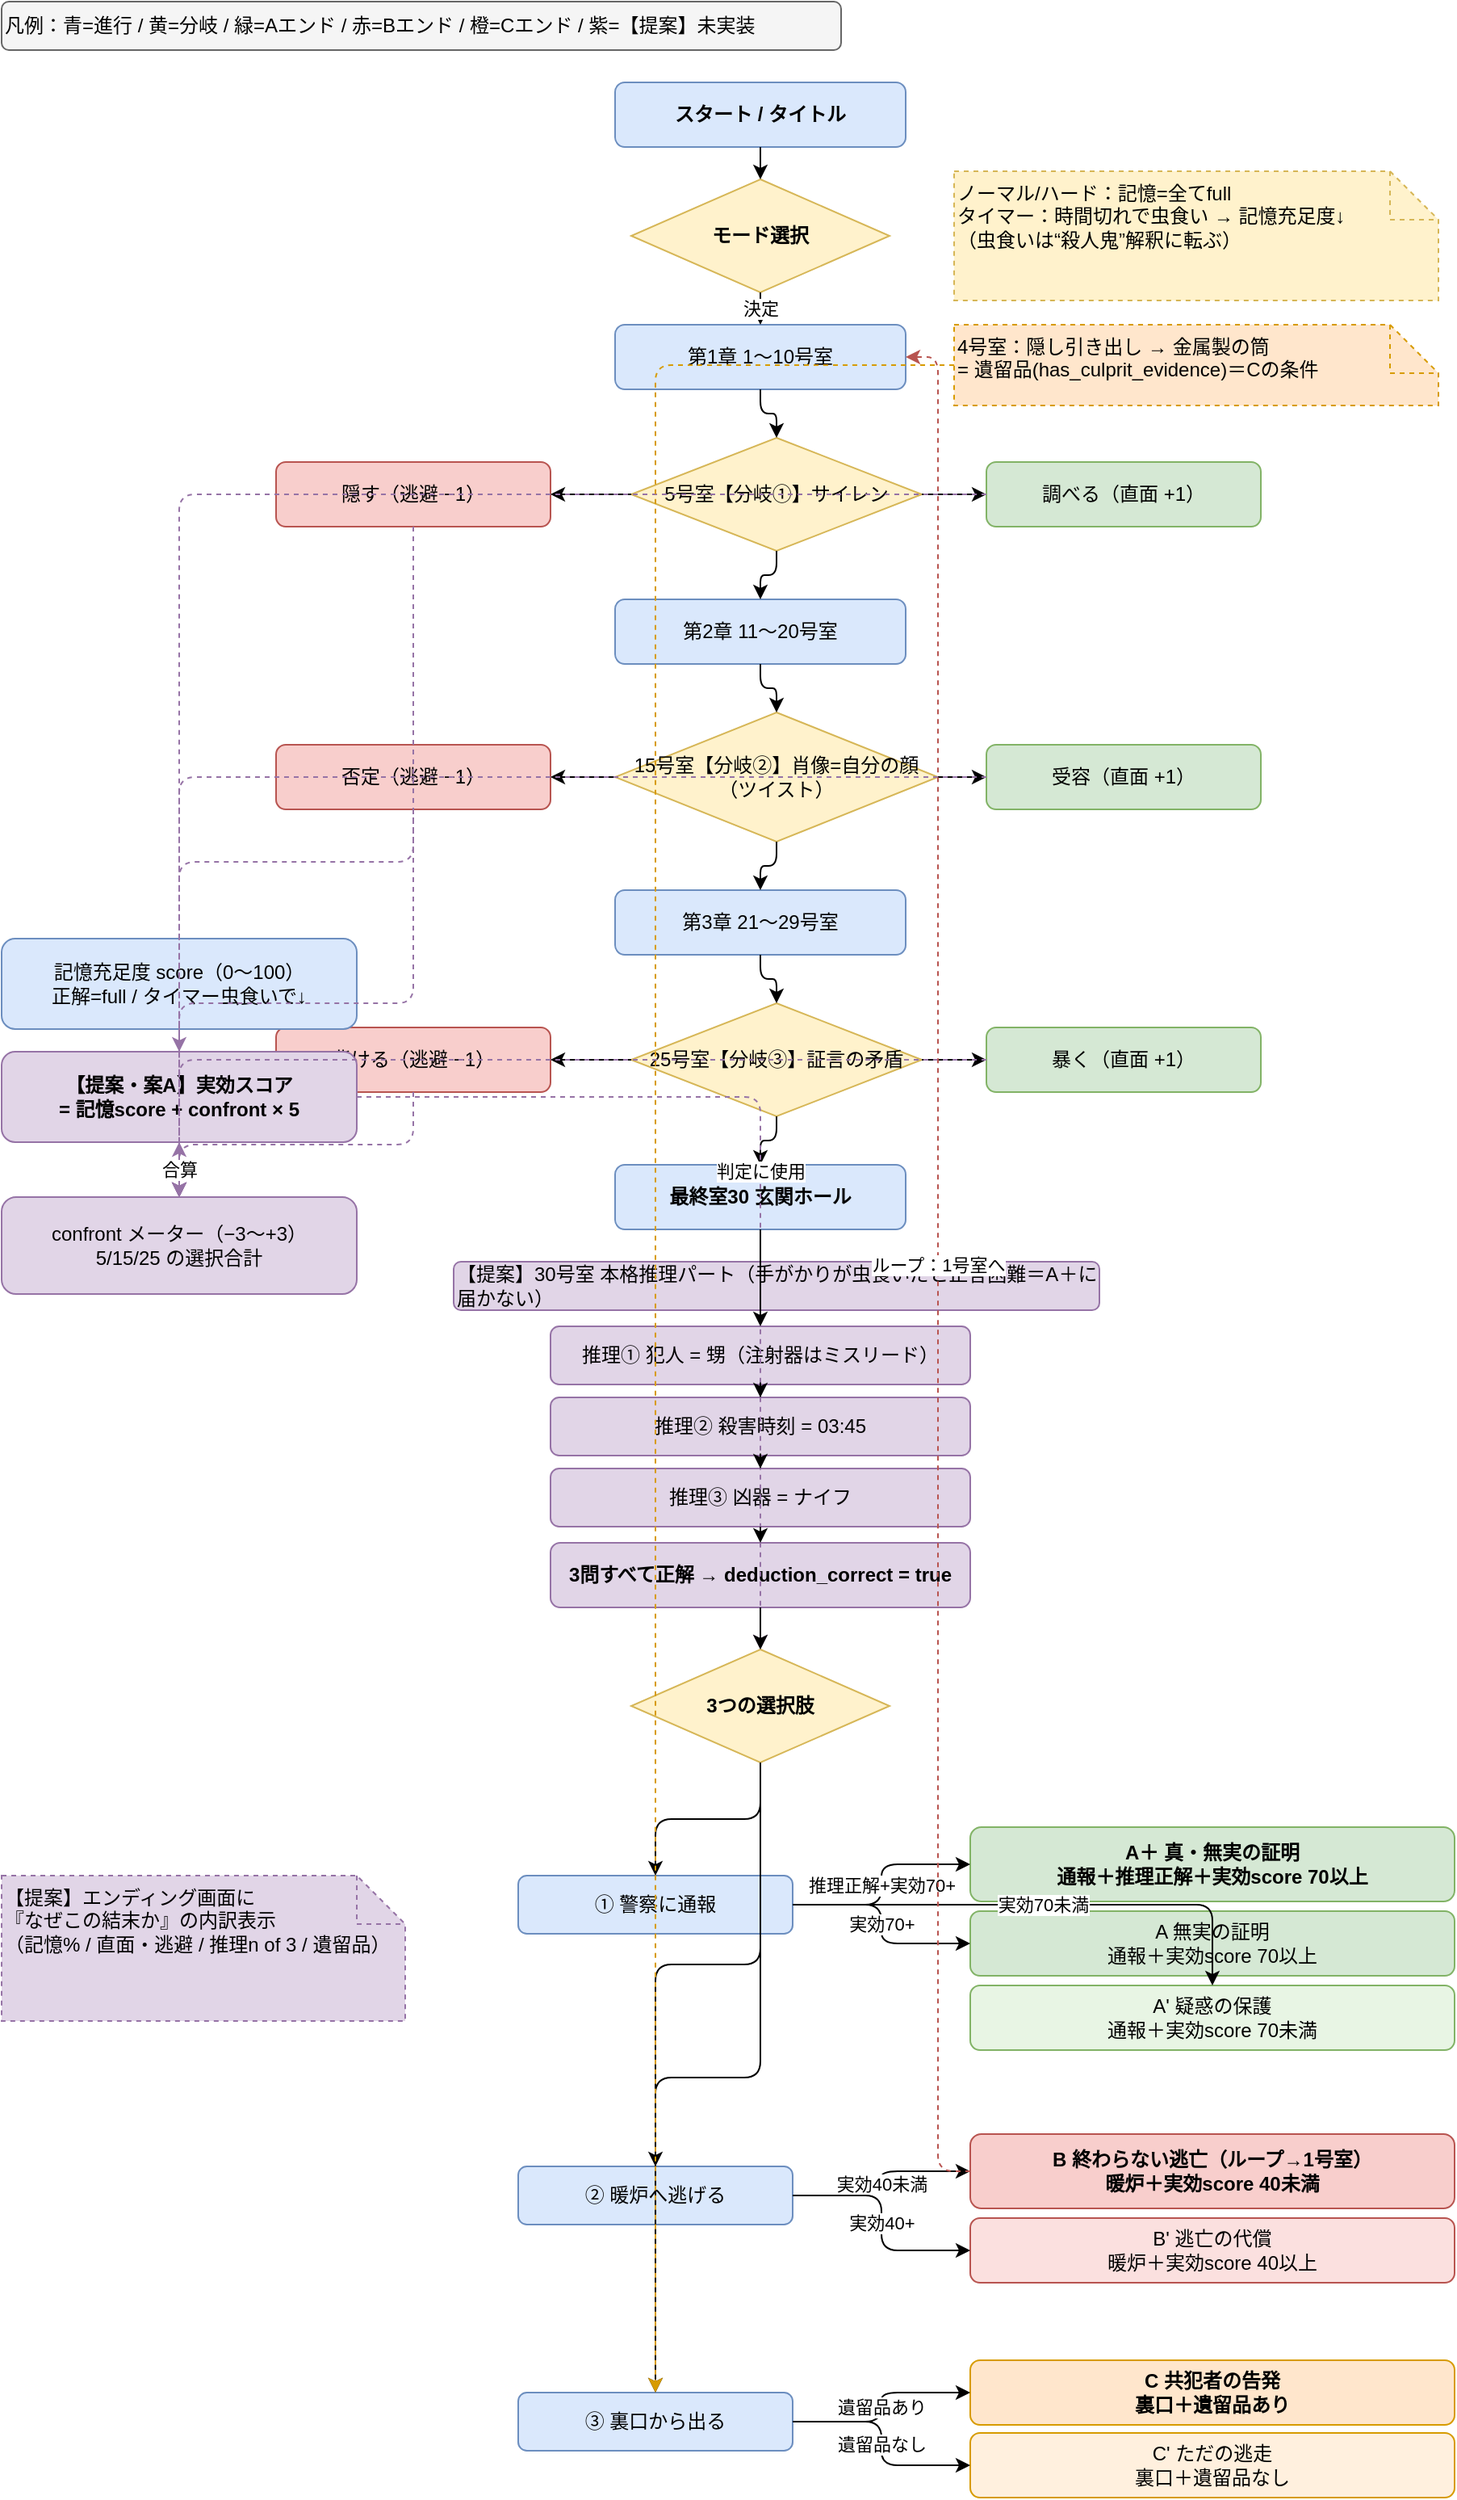
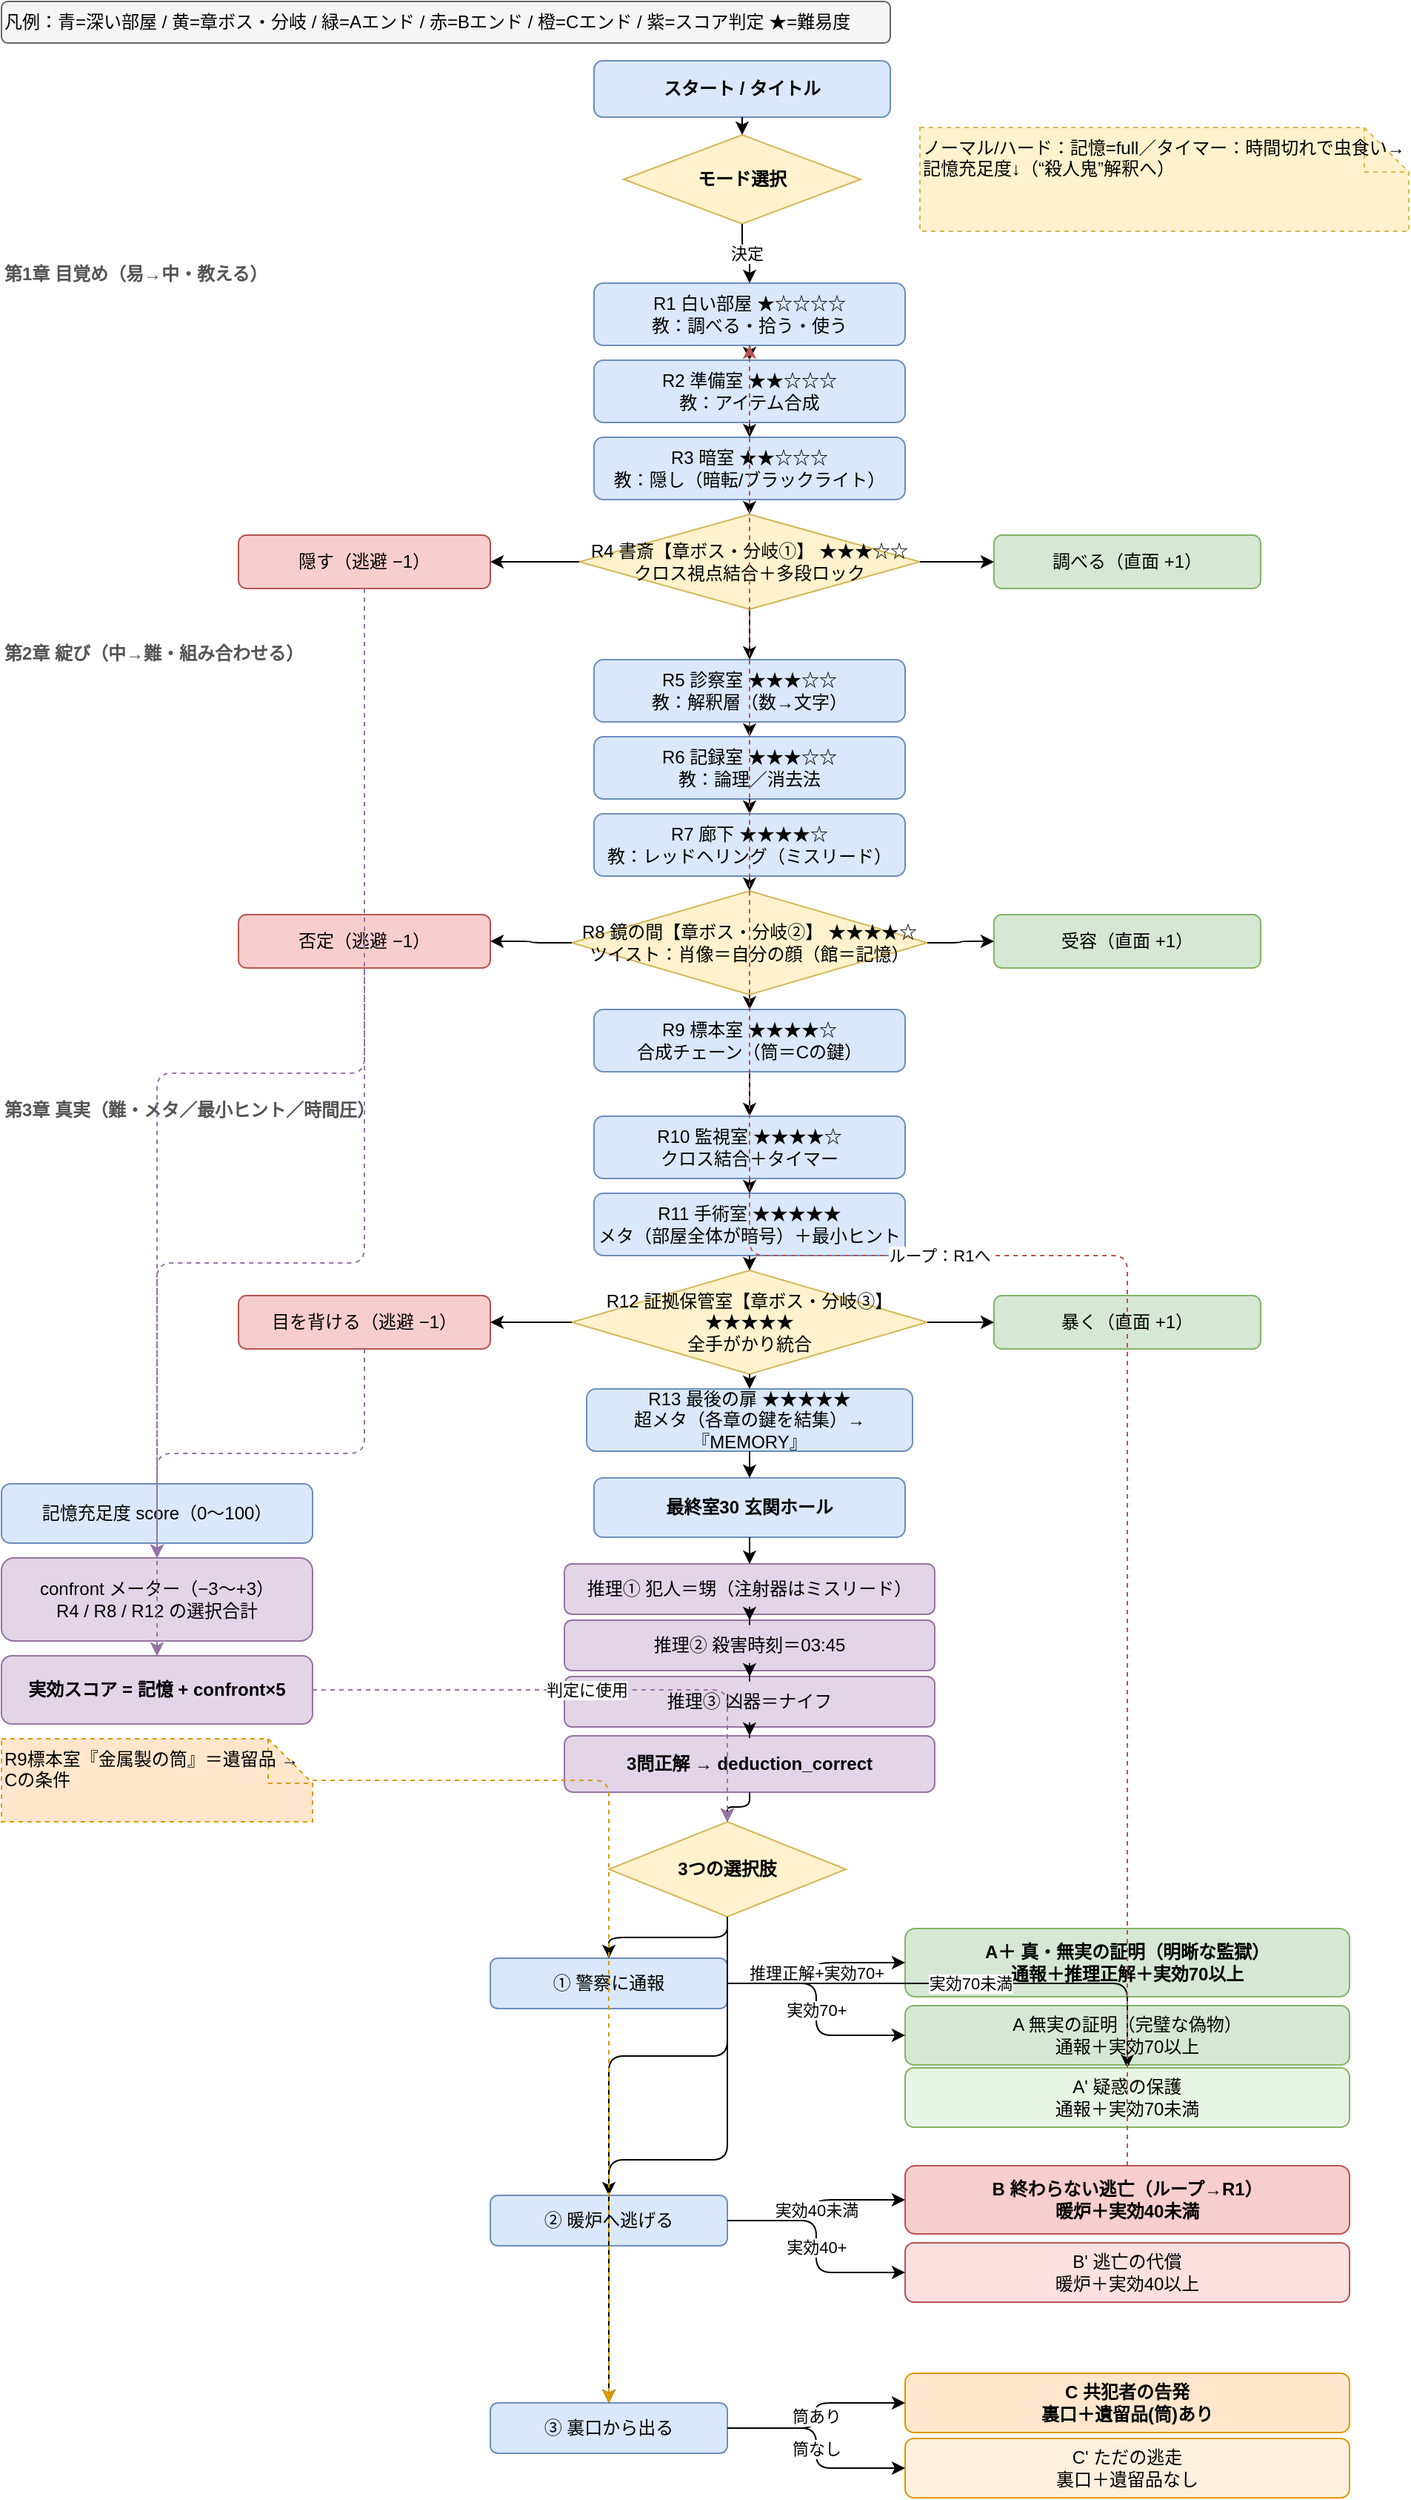
<mxfile host="app.diagrams.net" type="device">
-   <diagram name="記憶の回廊 ストーリー分岐(完全版)">
-     <mxGraphModel dx="1100" dy="900" grid="1" gridSize="10" guides="1" tooltips="1" connect="1" arrows="1" fold="1" page="1" pageScale="1" pageWidth="1300" pageHeight="1750" math="0" shadow="0">
+   <diagram name="記憶の回廊 再設計(深い部屋)フロー">
+     <mxGraphModel dx="1100" dy="900" grid="1" gridSize="10" guides="1" tooltips="1" connect="1" arrows="1" fold="1" page="1" pageScale="1" pageWidth="1040" pageHeight="1820" math="0" shadow="0">
      <root>
        <mxCell id="0" />
        <mxCell id="1" parent="0" />

-         <mxCell id="legend" value="凡例：青=進行 / 黄=分岐 / 緑=Aエンド / 赤=Bエンド / 橙=Cエンド / 紫=【提案】未実装" style="rounded=1;whiteSpace=wrap;html=1;fillColor=#f5f5f5;strokeColor=#666666;align=left" vertex="1" parent="1"><mxGeometry x="40" y="20" width="520" height="30" as="geometry" /></mxCell>
+         <mxCell id="legend" value="凡例：青=深い部屋 / 黄=章ボス・分岐 / 緑=Aエンド / 赤=Bエンド / 橙=Cエンド / 紫=スコア判定 ★=難易度" style="rounded=1;whiteSpace=wrap;html=1;fillColor=#f5f5f5;strokeColor=#666666;align=left" vertex="1" parent="1"><mxGeometry x="30" y="20" width="600" height="28" as="geometry" /></mxCell>

-         <mxCell id="start" value="スタート / タイトル" style="rounded=1;whiteSpace=wrap;html=1;fillColor=#dae8fc;strokeColor=#6c8ebf;fontStyle=1" vertex="1" parent="1"><mxGeometry x="420" y="70" width="180" height="40" as="geometry" /></mxCell>
-         <mxCell id="modeSel" value="モード選択" style="rhombus;whiteSpace=wrap;html=1;fillColor=#fff2cc;strokeColor=#d6b656;fontStyle=1" vertex="1" parent="1"><mxGeometry x="430" y="130" width="160" height="70" as="geometry" /></mxCell>
-         <mxCell id="note_mode" value="ノーマル/ハード：記憶=全てfull&#10;タイマー：時間切れで虫食い → 記憶充足度↓&#10;（虫食いは“殺人鬼”解釈に転ぶ）" style="shape=note;whiteSpace=wrap;html=1;fillColor=#fff2cc;strokeColor=#d6b656;dashed=1;align=left;verticalAlign=top" vertex="1" parent="1"><mxGeometry x="630" y="125" width="300" height="80" as="geometry" /></mxCell>
+         <mxCell id="start" value="スタート / タイトル" style="rounded=1;whiteSpace=wrap;html=1;fillColor=#dae8fc;strokeColor=#6c8ebf;fontStyle=1" vertex="1" parent="1"><mxGeometry x="430" y="60" width="200" height="38" as="geometry" /></mxCell>
+         <mxCell id="modeSel" value="モード選択" style="rhombus;whiteSpace=wrap;html=1;fillColor=#fff2cc;strokeColor=#d6b656;fontStyle=1" vertex="1" parent="1"><mxGeometry x="450" y="110" width="160" height="60" as="geometry" /></mxCell>
+         <mxCell id="note_mode" value="ノーマル/ハード：記憶=full／タイマー：時間切れで虫食い→記憶充足度↓（“殺人鬼”解釈へ）" style="shape=note;whiteSpace=wrap;html=1;fillColor=#fff2cc;strokeColor=#d6b656;dashed=1;align=left;verticalAlign=top" vertex="1" parent="1"><mxGeometry x="650" y="105" width="330" height="70" as="geometry" /></mxCell>

-         <mxCell id="ch1" value="第1章 1〜10号室" style="rounded=1;whiteSpace=wrap;html=1;fillColor=#dae8fc;strokeColor=#6c8ebf" vertex="1" parent="1"><mxGeometry x="420" y="220" width="180" height="40" as="geometry" /></mxCell>
-         <mxCell id="note_ev" value="4号室：隠し引き出し → 金属製の筒&#10;= 遺留品(has_culprit_evidence)＝Cの条件" style="shape=note;whiteSpace=wrap;html=1;fillColor=#ffe6cc;strokeColor=#d79b00;dashed=1;align=left;verticalAlign=top" vertex="1" parent="1"><mxGeometry x="630" y="220" width="300" height="50" as="geometry" /></mxCell>
+         <mxCell id="ch1" value="第1章 目覚め（易→中・教える）" style="text;html=1;align=left;fontStyle=1;fontColor=#555555" vertex="1" parent="1"><mxGeometry x="30" y="190" width="200" height="20" as="geometry" /></mxCell>
+         <mxCell id="r1" value="R1 白い部屋 ★☆☆☆☆&#10;教：調べる・拾う・使う" style="rounded=1;whiteSpace=wrap;html=1;fillColor=#dae8fc;strokeColor=#6c8ebf" vertex="1" parent="1"><mxGeometry x="430" y="210" width="210" height="42" as="geometry" /></mxCell>
+         <mxCell id="r2" value="R2 準備室 ★★☆☆☆&#10;教：アイテム合成" style="rounded=1;whiteSpace=wrap;html=1;fillColor=#dae8fc;strokeColor=#6c8ebf" vertex="1" parent="1"><mxGeometry x="430" y="262" width="210" height="42" as="geometry" /></mxCell>
+         <mxCell id="r3" value="R3 暗室 ★★☆☆☆&#10;教：隠し（暗転/ブラックライト）" style="rounded=1;whiteSpace=wrap;html=1;fillColor=#dae8fc;strokeColor=#6c8ebf" vertex="1" parent="1"><mxGeometry x="430" y="314" width="210" height="42" as="geometry" /></mxCell>
+         <mxCell id="r4" value="R4 書斎【章ボス・分岐①】 ★★★☆☆&#10;クロス視点結合＋多段ロック" style="rhombus;whiteSpace=wrap;html=1;fillColor=#fff2cc;strokeColor=#d6b656" vertex="1" parent="1"><mxGeometry x="420" y="366" width="230" height="64" as="geometry" /></mxCell>
+         <mxCell id="b4h" value="隠す（逃避 −1）" style="rounded=1;whiteSpace=wrap;html=1;fillColor=#f8cecc;strokeColor=#b85450" vertex="1" parent="1"><mxGeometry x="190" y="380" width="170" height="36" as="geometry" /></mxCell>
+         <mxCell id="b4e" value="調べる（直面 +1）" style="rounded=1;whiteSpace=wrap;html=1;fillColor=#d5e8d4;strokeColor=#82b366" vertex="1" parent="1"><mxGeometry x="700" y="380" width="180" height="36" as="geometry" /></mxCell>

-         <mxCell id="d5" value="5号室【分岐①】サイレン" style="rhombus;whiteSpace=wrap;html=1;fillColor=#fff2cc;strokeColor=#d6b656" vertex="1" parent="1"><mxGeometry x="430" y="290" width="180" height="70" as="geometry" /></mxCell>
-         <mxCell id="o5h" value="隠す（逃避 −1）" style="rounded=1;whiteSpace=wrap;html=1;fillColor=#f8cecc;strokeColor=#b85450" vertex="1" parent="1"><mxGeometry x="210" y="305" width="170" height="40" as="geometry" /></mxCell>
-         <mxCell id="o5e" value="調べる（直面 +1）" style="rounded=1;whiteSpace=wrap;html=1;fillColor=#d5e8d4;strokeColor=#82b366" vertex="1" parent="1"><mxGeometry x="650" y="305" width="170" height="40" as="geometry" /></mxCell>
+         <mxCell id="ch2" value="第2章 綻び（中→難・組み合わせる）" style="text;html=1;align=left;fontStyle=1;fontColor=#555555" vertex="1" parent="1"><mxGeometry x="30" y="446" width="220" height="20" as="geometry" /></mxCell>
+         <mxCell id="r5" value="R5 診察室 ★★★☆☆&#10;教：解釈層（数→文字）" style="rounded=1;whiteSpace=wrap;html=1;fillColor=#dae8fc;strokeColor=#6c8ebf" vertex="1" parent="1"><mxGeometry x="430" y="464" width="210" height="42" as="geometry" /></mxCell>
+         <mxCell id="r6" value="R6 記録室 ★★★☆☆&#10;教：論理／消去法" style="rounded=1;whiteSpace=wrap;html=1;fillColor=#dae8fc;strokeColor=#6c8ebf" vertex="1" parent="1"><mxGeometry x="430" y="516" width="210" height="42" as="geometry" /></mxCell>
+         <mxCell id="r7" value="R7 廊下 ★★★★☆&#10;教：レッドヘリング（ミスリード）" style="rounded=1;whiteSpace=wrap;html=1;fillColor=#dae8fc;strokeColor=#6c8ebf" vertex="1" parent="1"><mxGeometry x="430" y="568" width="210" height="42" as="geometry" /></mxCell>
+         <mxCell id="r8" value="R8 鏡の間【章ボス・分岐②】 ★★★★☆&#10;ツイスト：肖像＝自分の顔（館＝記憶）" style="rhombus;whiteSpace=wrap;html=1;fillColor=#fff2cc;strokeColor=#d6b656" vertex="1" parent="1"><mxGeometry x="415" y="620" width="240" height="70" as="geometry" /></mxCell>
+         <mxCell id="b8d" value="否定（逃避 −1）" style="rounded=1;whiteSpace=wrap;html=1;fillColor=#f8cecc;strokeColor=#b85450" vertex="1" parent="1"><mxGeometry x="190" y="636" width="170" height="36" as="geometry" /></mxCell>
+         <mxCell id="b8a" value="受容（直面 +1）" style="rounded=1;whiteSpace=wrap;html=1;fillColor=#d5e8d4;strokeColor=#82b366" vertex="1" parent="1"><mxGeometry x="700" y="636" width="180" height="36" as="geometry" /></mxCell>
+         <mxCell id="r9" value="R9 標本室 ★★★★☆&#10;合成チェーン（筒＝Cの鍵）" style="rounded=1;whiteSpace=wrap;html=1;fillColor=#dae8fc;strokeColor=#6c8ebf" vertex="1" parent="1"><mxGeometry x="430" y="700" width="210" height="42" as="geometry" /></mxCell>

-         <mxCell id="ch2" value="第2章 11〜20号室" style="rounded=1;whiteSpace=wrap;html=1;fillColor=#dae8fc;strokeColor=#6c8ebf" vertex="1" parent="1"><mxGeometry x="420" y="390" width="180" height="40" as="geometry" /></mxCell>
+         <mxCell id="ch3" value="第3章 真実（難・メタ／最小ヒント／時間圧）" style="text;html=1;align=left;fontStyle=1;fontColor=#555555" vertex="1" parent="1"><mxGeometry x="30" y="754" width="260" height="20" as="geometry" /></mxCell>
+         <mxCell id="r10" value="R10 監視室 ★★★★☆&#10;クロス結合＋タイマー" style="rounded=1;whiteSpace=wrap;html=1;fillColor=#dae8fc;strokeColor=#6c8ebf" vertex="1" parent="1"><mxGeometry x="430" y="772" width="210" height="42" as="geometry" /></mxCell>
+         <mxCell id="r11" value="R11 手術室 ★★★★★&#10;メタ（部屋全体が暗号）＋最小ヒント" style="rounded=1;whiteSpace=wrap;html=1;fillColor=#dae8fc;strokeColor=#6c8ebf" vertex="1" parent="1"><mxGeometry x="430" y="824" width="210" height="42" as="geometry" /></mxCell>
+         <mxCell id="r12" value="R12 証拠保管室【章ボス・分岐③】 ★★★★★&#10;全手がかり統合" style="rhombus;whiteSpace=wrap;html=1;fillColor=#fff2cc;strokeColor=#d6b656" vertex="1" parent="1"><mxGeometry x="415" y="876" width="240" height="70" as="geometry" /></mxCell>
+         <mxCell id="b12a" value="目を背ける（逃避 −1）" style="rounded=1;whiteSpace=wrap;html=1;fillColor=#f8cecc;strokeColor=#b85450" vertex="1" parent="1"><mxGeometry x="190" y="893" width="170" height="36" as="geometry" /></mxCell>
+         <mxCell id="b12c" value="暴く（直面 +1）" style="rounded=1;whiteSpace=wrap;html=1;fillColor=#d5e8d4;strokeColor=#82b366" vertex="1" parent="1"><mxGeometry x="700" y="893" width="180" height="36" as="geometry" /></mxCell>
+         <mxCell id="r13" value="R13 最後の扉 ★★★★★&#10;超メタ（各章の鍵を結集）→『MEMORY』" style="rounded=1;whiteSpace=wrap;html=1;fillColor=#dae8fc;strokeColor=#6c8ebf" vertex="1" parent="1"><mxGeometry x="425" y="956" width="220" height="42" as="geometry" /></mxCell>

-         <mxCell id="d15" value="15号室【分岐②】肖像=自分の顔（ツイスト）" style="rhombus;whiteSpace=wrap;html=1;fillColor=#fff2cc;strokeColor=#d6b656" vertex="1" parent="1"><mxGeometry x="420" y="460" width="200" height="80" as="geometry" /></mxCell>
-         <mxCell id="o15d" value="否定（逃避 −1）" style="rounded=1;whiteSpace=wrap;html=1;fillColor=#f8cecc;strokeColor=#b85450" vertex="1" parent="1"><mxGeometry x="210" y="480" width="170" height="40" as="geometry" /></mxCell>
-         <mxCell id="o15a" value="受容（直面 +1）" style="rounded=1;whiteSpace=wrap;html=1;fillColor=#d5e8d4;strokeColor=#82b366" vertex="1" parent="1"><mxGeometry x="650" y="480" width="170" height="40" as="geometry" /></mxCell>
+         <mxCell id="final" value="最終室30 玄関ホール" style="rounded=1;whiteSpace=wrap;html=1;fillColor=#dae8fc;strokeColor=#6c8ebf;fontStyle=1" vertex="1" parent="1"><mxGeometry x="430" y="1016" width="210" height="40" as="geometry" /></mxCell>

-         <mxCell id="ch3" value="第3章 21〜29号室" style="rounded=1;whiteSpace=wrap;html=1;fillColor=#dae8fc;strokeColor=#6c8ebf" vertex="1" parent="1"><mxGeometry x="420" y="570" width="180" height="40" as="geometry" /></mxCell>
+         <mxCell id="dq1" value="推理① 犯人＝甥（注射器はミスリード）" style="rounded=1;whiteSpace=wrap;html=1;fillColor=#e1d5e7;strokeColor=#9673a6" vertex="1" parent="1"><mxGeometry x="410" y="1074" width="250" height="34" as="geometry" /></mxCell>
+         <mxCell id="dq2" value="推理② 殺害時刻＝03:45" style="rounded=1;whiteSpace=wrap;html=1;fillColor=#e1d5e7;strokeColor=#9673a6" vertex="1" parent="1"><mxGeometry x="410" y="1112" width="250" height="34" as="geometry" /></mxCell>
+         <mxCell id="dq3" value="推理③ 凶器＝ナイフ" style="rounded=1;whiteSpace=wrap;html=1;fillColor=#e1d5e7;strokeColor=#9673a6" vertex="1" parent="1"><mxGeometry x="410" y="1150" width="250" height="34" as="geometry" /></mxCell>
+         <mxCell id="dok" value="3問正解 → deduction_correct" style="rounded=1;whiteSpace=wrap;html=1;fillColor=#e1d5e7;strokeColor=#9673a6;fontStyle=1" vertex="1" parent="1"><mxGeometry x="410" y="1190" width="250" height="38" as="geometry" /></mxCell>
+         <mxCell id="choice" value="3つの選択肢" style="rhombus;whiteSpace=wrap;html=1;fillColor=#fff2cc;strokeColor=#d6b656;fontStyle=1" vertex="1" parent="1"><mxGeometry x="440" y="1248" width="160" height="64" as="geometry" /></mxCell>

-         <mxCell id="d25" value="25号室【分岐③】証言の矛盾" style="rhombus;whiteSpace=wrap;html=1;fillColor=#fff2cc;strokeColor=#d6b656" vertex="1" parent="1"><mxGeometry x="430" y="640" width="180" height="70" as="geometry" /></mxCell>
-         <mxCell id="o25a" value="背ける（逃避 −1）" style="rounded=1;whiteSpace=wrap;html=1;fillColor=#f8cecc;strokeColor=#b85450" vertex="1" parent="1"><mxGeometry x="210" y="655" width="170" height="40" as="geometry" /></mxCell>
-         <mxCell id="o25c" value="暴く（直面 +1）" style="rounded=1;whiteSpace=wrap;html=1;fillColor=#d5e8d4;strokeColor=#82b366" vertex="1" parent="1"><mxGeometry x="650" y="655" width="170" height="40" as="geometry" /></mxCell>
+         <mxCell id="memsc" value="記憶充足度 score（0〜100）" style="rounded=1;whiteSpace=wrap;html=1;fillColor=#dae8fc;strokeColor=#6c8ebf" vertex="1" parent="1"><mxGeometry x="30" y="1020" width="210" height="40" as="geometry" /></mxCell>
+         <mxCell id="confm" value="confront メーター（−3〜+3）&#10;R4 / R8 / R12 の選択合計" style="rounded=1;whiteSpace=wrap;html=1;fillColor=#e1d5e7;strokeColor=#9673a6" vertex="1" parent="1"><mxGeometry x="30" y="1070" width="210" height="56" as="geometry" /></mxCell>
+         <mxCell id="effsc" value="実効スコア = 記憶 + confront×5" style="rounded=1;whiteSpace=wrap;html=1;fillColor=#e1d5e7;strokeColor=#9673a6;fontStyle=1" vertex="1" parent="1"><mxGeometry x="30" y="1136" width="210" height="46" as="geometry" /></mxCell>
+         <mxCell id="note_ev" value="R9標本室『金属製の筒』＝遺留品 → Cの条件" style="shape=note;whiteSpace=wrap;html=1;fillColor=#ffe6cc;strokeColor=#d79b00;dashed=1;align=left;verticalAlign=top" vertex="1" parent="1"><mxGeometry x="30" y="1192" width="210" height="56" as="geometry" /></mxCell>

-         <mxCell id="final" value="最終室30 玄関ホール" style="rounded=1;whiteSpace=wrap;html=1;fillColor=#dae8fc;strokeColor=#6c8ebf;fontStyle=1" vertex="1" parent="1"><mxGeometry x="420" y="740" width="180" height="40" as="geometry" /></mxCell>
+         <mxCell id="c1" value="① 警察に通報" style="rounded=1;whiteSpace=wrap;html=1;fillColor=#dae8fc;strokeColor=#6c8ebf" vertex="1" parent="1"><mxGeometry x="360" y="1340" width="160" height="34" as="geometry" /></mxCell>
+         <mxCell id="c2" value="② 暖炉へ逃げる" style="rounded=1;whiteSpace=wrap;html=1;fillColor=#dae8fc;strokeColor=#6c8ebf" vertex="1" parent="1"><mxGeometry x="360" y="1500" width="160" height="34" as="geometry" /></mxCell>
+         <mxCell id="c3" value="③ 裏口から出る" style="rounded=1;whiteSpace=wrap;html=1;fillColor=#dae8fc;strokeColor=#6c8ebf" vertex="1" parent="1"><mxGeometry x="360" y="1640" width="160" height="34" as="geometry" /></mxCell>

-         <mxCell id="confm" value="confront メーター（−3〜+3）&#10;5/15/25 の選択合計" style="rounded=1;whiteSpace=wrap;html=1;fillColor=#e1d5e7;strokeColor=#9673a6" vertex="1" parent="1"><mxGeometry x="40" y="760" width="220" height="60" as="geometry" /></mxCell>
-         <mxCell id="memsc" value="記憶充足度 score（0〜100）&#10;正解=full / タイマー虫食いで↓" style="rounded=1;whiteSpace=wrap;html=1;fillColor=#dae8fc;strokeColor=#6c8ebf" vertex="1" parent="1"><mxGeometry x="40" y="600" width="220" height="56" as="geometry" /></mxCell>
-         <mxCell id="effsc" value="【提案・案A】実効スコア&#10;= 記憶score + confront × 5" style="rounded=1;whiteSpace=wrap;html=1;fillColor=#e1d5e7;strokeColor=#9673a6;fontStyle=1" vertex="1" parent="1"><mxGeometry x="40" y="670" width="220" height="56" as="geometry" /></mxCell>
- 
-         <mxCell id="ded_intro" value="【提案】30号室 本格推理パート（手がかりが虫食いだと正答困難＝A＋に届かない）" style="rounded=1;whiteSpace=wrap;html=1;fillColor=#e1d5e7;strokeColor=#9673a6;align=left" vertex="1" parent="1"><mxGeometry x="320" y="800" width="400" height="30" as="geometry" /></mxCell>
-         <mxCell id="dq1" value="推理① 犯人 = 甥（注射器はミスリード）" style="rounded=1;whiteSpace=wrap;html=1;fillColor=#e1d5e7;strokeColor=#9673a6" vertex="1" parent="1"><mxGeometry x="380" y="840" width="260" height="36" as="geometry" /></mxCell>
-         <mxCell id="dq2" value="推理② 殺害時刻 = 03:45" style="rounded=1;whiteSpace=wrap;html=1;fillColor=#e1d5e7;strokeColor=#9673a6" vertex="1" parent="1"><mxGeometry x="380" y="884" width="260" height="36" as="geometry" /></mxCell>
-         <mxCell id="dq3" value="推理③ 凶器 = ナイフ" style="rounded=1;whiteSpace=wrap;html=1;fillColor=#e1d5e7;strokeColor=#9673a6" vertex="1" parent="1"><mxGeometry x="380" y="928" width="260" height="36" as="geometry" /></mxCell>
-         <mxCell id="dok" value="3問すべて正解 → deduction_correct = true" style="rounded=1;whiteSpace=wrap;html=1;fillColor=#e1d5e7;strokeColor=#9673a6;fontStyle=1" vertex="1" parent="1"><mxGeometry x="380" y="974" width="260" height="40" as="geometry" /></mxCell>
- 
-         <mxCell id="choice" value="3つの選択肢" style="rhombus;whiteSpace=wrap;html=1;fillColor=#fff2cc;strokeColor=#d6b656;fontStyle=1" vertex="1" parent="1"><mxGeometry x="430" y="1040" width="160" height="70" as="geometry" /></mxCell>
- 
-         <mxCell id="note_reason" value="【提案】エンディング画面に&#10;『なぜこの結末か』の内訳表示&#10;（記憶% / 直面・逃避 / 推理n of 3 / 遺留品）" style="shape=note;whiteSpace=wrap;html=1;fillColor=#e1d5e7;strokeColor=#9673a6;dashed=1;align=left;verticalAlign=top" vertex="1" parent="1"><mxGeometry x="40" y="1180" width="250" height="90" as="geometry" /></mxCell>
- 
-         <mxCell id="c1" value="① 警察に通報" style="rounded=1;whiteSpace=wrap;html=1;fillColor=#dae8fc;strokeColor=#6c8ebf" vertex="1" parent="1"><mxGeometry x="360" y="1180" width="170" height="36" as="geometry" /></mxCell>
-         <mxCell id="c2" value="② 暖炉へ逃げる" style="rounded=1;whiteSpace=wrap;html=1;fillColor=#dae8fc;strokeColor=#6c8ebf" vertex="1" parent="1"><mxGeometry x="360" y="1360" width="170" height="36" as="geometry" /></mxCell>
-         <mxCell id="c3" value="③ 裏口から出る" style="rounded=1;whiteSpace=wrap;html=1;fillColor=#dae8fc;strokeColor=#6c8ebf" vertex="1" parent="1"><mxGeometry x="360" y="1500" width="170" height="36" as="geometry" /></mxCell>
- 
-         <mxCell id="eAp" value="A＋ 真・無実の証明&#10;通報＋推理正解＋実効score 70以上" style="rounded=1;whiteSpace=wrap;html=1;fillColor=#d5e8d4;strokeColor=#82b366;fontStyle=1" vertex="1" parent="1"><mxGeometry x="640" y="1150" width="300" height="46" as="geometry" /></mxCell>
-         <mxCell id="eA" value="A 無実の証明&#10;通報＋実効score 70以上" style="rounded=1;whiteSpace=wrap;html=1;fillColor=#d5e8d4;strokeColor=#82b366" vertex="1" parent="1"><mxGeometry x="640" y="1202" width="300" height="40" as="geometry" /></mxCell>
-         <mxCell id="eAd" value="A' 疑惑の保護&#10;通報＋実効score 70未満" style="rounded=1;whiteSpace=wrap;html=1;fillColor=#e8f5e4;strokeColor=#82b366" vertex="1" parent="1"><mxGeometry x="640" y="1248" width="300" height="40" as="geometry" /></mxCell>
- 
-         <mxCell id="eB" value="B 終わらない逃亡（ループ→1号室）&#10;暖炉＋実効score 40未満" style="rounded=1;whiteSpace=wrap;html=1;fillColor=#f8cecc;strokeColor=#b85450;fontStyle=1" vertex="1" parent="1"><mxGeometry x="640" y="1340" width="300" height="46" as="geometry" /></mxCell>
-         <mxCell id="eBd" value="B' 逃亡の代償&#10;暖炉＋実効score 40以上" style="rounded=1;whiteSpace=wrap;html=1;fillColor=#fbe0df;strokeColor=#b85450" vertex="1" parent="1"><mxGeometry x="640" y="1392" width="300" height="40" as="geometry" /></mxCell>
- 
-         <mxCell id="eC" value="C 共犯者の告発&#10;裏口＋遺留品あり" style="rounded=1;whiteSpace=wrap;html=1;fillColor=#ffe6cc;strokeColor=#d79b00;fontStyle=1" vertex="1" parent="1"><mxGeometry x="640" y="1480" width="300" height="40" as="geometry" /></mxCell>
-         <mxCell id="eCd" value="C' ただの逃走&#10;裏口＋遺留品なし" style="rounded=1;whiteSpace=wrap;html=1;fillColor=#fff0de;strokeColor=#d79b00" vertex="1" parent="1"><mxGeometry x="640" y="1525" width="300" height="40" as="geometry" /></mxCell>
+         <mxCell id="eAp" value="A＋ 真・無実の証明（明晰な監獄）&#10;通報＋推理正解＋実効70以上" style="rounded=1;whiteSpace=wrap;html=1;fillColor=#d5e8d4;strokeColor=#82b366;fontStyle=1" vertex="1" parent="1"><mxGeometry x="640" y="1320" width="300" height="46" as="geometry" /></mxCell>
+         <mxCell id="eA" value="A 無実の証明（完璧な偽物）&#10;通報＋実効70以上" style="rounded=1;whiteSpace=wrap;html=1;fillColor=#d5e8d4;strokeColor=#82b366" vertex="1" parent="1"><mxGeometry x="640" y="1372" width="300" height="40" as="geometry" /></mxCell>
+         <mxCell id="eAd" value="A' 疑惑の保護&#10;通報＋実効70未満" style="rounded=1;whiteSpace=wrap;html=1;fillColor=#e8f5e4;strokeColor=#82b366" vertex="1" parent="1"><mxGeometry x="640" y="1414" width="300" height="40" as="geometry" /></mxCell>
+         <mxCell id="eB" value="B 終わらない逃亡（ループ→R1）&#10;暖炉＋実効40未満" style="rounded=1;whiteSpace=wrap;html=1;fillColor=#f8cecc;strokeColor=#b85450;fontStyle=1" vertex="1" parent="1"><mxGeometry x="640" y="1480" width="300" height="46" as="geometry" /></mxCell>
+         <mxCell id="eBd" value="B' 逃亡の代償&#10;暖炉＋実効40以上" style="rounded=1;whiteSpace=wrap;html=1;fillColor=#fbe0df;strokeColor=#b85450" vertex="1" parent="1"><mxGeometry x="640" y="1532" width="300" height="40" as="geometry" /></mxCell>
+         <mxCell id="eC" value="C 共犯者の告発&#10;裏口＋遺留品(筒)あり" style="rounded=1;whiteSpace=wrap;html=1;fillColor=#ffe6cc;strokeColor=#d79b00;fontStyle=1" vertex="1" parent="1"><mxGeometry x="640" y="1620" width="300" height="40" as="geometry" /></mxCell>
+         <mxCell id="eCd" value="C' ただの逃走&#10;裏口＋遺留品なし" style="rounded=1;whiteSpace=wrap;html=1;fillColor=#fff0de;strokeColor=#d79b00" vertex="1" parent="1"><mxGeometry x="640" y="1664" width="300" height="40" as="geometry" /></mxCell>

        <mxCell id="p1" style="edgeStyle=orthogonalEdgeStyle;html=1" edge="1" parent="1" source="start" target="modeSel"><mxGeometry relative="1" as="geometry" /></mxCell>
-         <mxCell id="p2" value="決定" style="edgeStyle=orthogonalEdgeStyle;html=1" edge="1" parent="1" source="modeSel" target="ch1"><mxGeometry relative="1" as="geometry" /></mxCell>
-         <mxCell id="p3" style="edgeStyle=orthogonalEdgeStyle;html=1" edge="1" parent="1" source="ch1" target="d5"><mxGeometry relative="1" as="geometry" /></mxCell>
-         <mxCell id="p4" style="edgeStyle=orthogonalEdgeStyle;html=1" edge="1" parent="1" source="d5" target="o5h"><mxGeometry relative="1" as="geometry" /></mxCell>
-         <mxCell id="p5" style="edgeStyle=orthogonalEdgeStyle;html=1" edge="1" parent="1" source="d5" target="o5e"><mxGeometry relative="1" as="geometry" /></mxCell>
-         <mxCell id="p6" style="edgeStyle=orthogonalEdgeStyle;html=1" edge="1" parent="1" source="d5" target="ch2"><mxGeometry relative="1" as="geometry" /></mxCell>
-         <mxCell id="p7" style="edgeStyle=orthogonalEdgeStyle;html=1" edge="1" parent="1" source="ch2" target="d15"><mxGeometry relative="1" as="geometry" /></mxCell>
-         <mxCell id="p8" style="edgeStyle=orthogonalEdgeStyle;html=1" edge="1" parent="1" source="d15" target="o15d"><mxGeometry relative="1" as="geometry" /></mxCell>
-         <mxCell id="p9" style="edgeStyle=orthogonalEdgeStyle;html=1" edge="1" parent="1" source="d15" target="o15a"><mxGeometry relative="1" as="geometry" /></mxCell>
-         <mxCell id="p10" style="edgeStyle=orthogonalEdgeStyle;html=1" edge="1" parent="1" source="d15" target="ch3"><mxGeometry relative="1" as="geometry" /></mxCell>
-         <mxCell id="p11" style="edgeStyle=orthogonalEdgeStyle;html=1" edge="1" parent="1" source="ch3" target="d25"><mxGeometry relative="1" as="geometry" /></mxCell>
-         <mxCell id="p12" style="edgeStyle=orthogonalEdgeStyle;html=1" edge="1" parent="1" source="d25" target="o25a"><mxGeometry relative="1" as="geometry" /></mxCell>
-         <mxCell id="p13" style="edgeStyle=orthogonalEdgeStyle;html=1" edge="1" parent="1" source="d25" target="o25c"><mxGeometry relative="1" as="geometry" /></mxCell>
-         <mxCell id="p14" style="edgeStyle=orthogonalEdgeStyle;html=1" edge="1" parent="1" source="d25" target="final"><mxGeometry relative="1" as="geometry" /></mxCell>
- 
-         <mxCell id="cf1" style="edgeStyle=orthogonalEdgeStyle;html=1;dashed=1;strokeColor=#9673a6" edge="1" parent="1" source="o5h" target="confm"><mxGeometry relative="1" as="geometry" /></mxCell>
-         <mxCell id="cf2" style="edgeStyle=orthogonalEdgeStyle;html=1;dashed=1;strokeColor=#9673a6" edge="1" parent="1" source="o5e" target="confm"><mxGeometry relative="1" as="geometry" /></mxCell>
-         <mxCell id="cf3" style="edgeStyle=orthogonalEdgeStyle;html=1;dashed=1;strokeColor=#9673a6" edge="1" parent="1" source="o15d" target="confm"><mxGeometry relative="1" as="geometry" /></mxCell>
-         <mxCell id="cf4" style="edgeStyle=orthogonalEdgeStyle;html=1;dashed=1;strokeColor=#9673a6" edge="1" parent="1" source="o15a" target="confm"><mxGeometry relative="1" as="geometry" /></mxCell>
-         <mxCell id="cf5" style="edgeStyle=orthogonalEdgeStyle;html=1;dashed=1;strokeColor=#9673a6" edge="1" parent="1" source="o25a" target="confm"><mxGeometry relative="1" as="geometry" /></mxCell>
-         <mxCell id="cf6" style="edgeStyle=orthogonalEdgeStyle;html=1;dashed=1;strokeColor=#9673a6" edge="1" parent="1" source="o25c" target="confm"><mxGeometry relative="1" as="geometry" /></mxCell>
-         <mxCell id="cf7" value="合算" style="edgeStyle=orthogonalEdgeStyle;html=1;dashed=1;strokeColor=#9673a6" edge="1" parent="1" source="confm" target="effsc"><mxGeometry relative="1" as="geometry" /></mxCell>
-         <mxCell id="cf8" style="edgeStyle=orthogonalEdgeStyle;html=1;dashed=1;strokeColor=#9673a6" edge="1" parent="1" source="memsc" target="effsc"><mxGeometry relative="1" as="geometry" /></mxCell>
-         <mxCell id="cf9" value="判定に使用" style="edgeStyle=orthogonalEdgeStyle;html=1;dashed=1;strokeColor=#9673a6" edge="1" parent="1" source="effsc" target="choice"><mxGeometry relative="1" as="geometry" /></mxCell>
- 
-         <mxCell id="d1" style="edgeStyle=orthogonalEdgeStyle;html=1" edge="1" parent="1" source="final" target="dq1"><mxGeometry relative="1" as="geometry" /></mxCell>
-         <mxCell id="d2" style="edgeStyle=orthogonalEdgeStyle;html=1" edge="1" parent="1" source="dq1" target="dq2"><mxGeometry relative="1" as="geometry" /></mxCell>
-         <mxCell id="d3" style="edgeStyle=orthogonalEdgeStyle;html=1" edge="1" parent="1" source="dq2" target="dq3"><mxGeometry relative="1" as="geometry" /></mxCell>
-         <mxCell id="d4" style="edgeStyle=orthogonalEdgeStyle;html=1" edge="1" parent="1" source="dq3" target="dok"><mxGeometry relative="1" as="geometry" /></mxCell>
-         <mxCell id="d5e" style="edgeStyle=orthogonalEdgeStyle;html=1" edge="1" parent="1" source="dok" target="choice"><mxGeometry relative="1" as="geometry" /></mxCell>
- 
-         <mxCell id="ce1" style="edgeStyle=orthogonalEdgeStyle;html=1" edge="1" parent="1" source="choice" target="c1"><mxGeometry relative="1" as="geometry" /></mxCell>
-         <mxCell id="ce2" style="edgeStyle=orthogonalEdgeStyle;html=1" edge="1" parent="1" source="choice" target="c2"><mxGeometry relative="1" as="geometry" /></mxCell>
-         <mxCell id="ce3" style="edgeStyle=orthogonalEdgeStyle;html=1" edge="1" parent="1" source="choice" target="c3"><mxGeometry relative="1" as="geometry" /></mxCell>
- 
+         <mxCell id="p2" value="決定" style="edgeStyle=orthogonalEdgeStyle;html=1" edge="1" parent="1" source="modeSel" target="r1"><mxGeometry relative="1" as="geometry" /></mxCell>
+         <mxCell id="p3" style="edgeStyle=orthogonalEdgeStyle;html=1" edge="1" parent="1" source="r1" target="r2"><mxGeometry relative="1" as="geometry" /></mxCell>
+         <mxCell id="p4" style="edgeStyle=orthogonalEdgeStyle;html=1" edge="1" parent="1" source="r2" target="r3"><mxGeometry relative="1" as="geometry" /></mxCell>
+         <mxCell id="p5" style="edgeStyle=orthogonalEdgeStyle;html=1" edge="1" parent="1" source="r3" target="r4"><mxGeometry relative="1" as="geometry" /></mxCell>
+         <mxCell id="p6" style="edgeStyle=orthogonalEdgeStyle;html=1" edge="1" parent="1" source="r4" target="b4h"><mxGeometry relative="1" as="geometry" /></mxCell>
+         <mxCell id="p7" style="edgeStyle=orthogonalEdgeStyle;html=1" edge="1" parent="1" source="r4" target="b4e"><mxGeometry relative="1" as="geometry" /></mxCell>
+         <mxCell id="p8" style="edgeStyle=orthogonalEdgeStyle;html=1" edge="1" parent="1" source="r4" target="r5"><mxGeometry relative="1" as="geometry" /></mxCell>
+         <mxCell id="p9" style="edgeStyle=orthogonalEdgeStyle;html=1" edge="1" parent="1" source="r5" target="r6"><mxGeometry relative="1" as="geometry" /></mxCell>
+         <mxCell id="p10" style="edgeStyle=orthogonalEdgeStyle;html=1" edge="1" parent="1" source="r6" target="r7"><mxGeometry relative="1" as="geometry" /></mxCell>
+         <mxCell id="p11" style="edgeStyle=orthogonalEdgeStyle;html=1" edge="1" parent="1" source="r7" target="r8"><mxGeometry relative="1" as="geometry" /></mxCell>
+         <mxCell id="p12" style="edgeStyle=orthogonalEdgeStyle;html=1" edge="1" parent="1" source="r8" target="b8d"><mxGeometry relative="1" as="geometry" /></mxCell>
+         <mxCell id="p13" style="edgeStyle=orthogonalEdgeStyle;html=1" edge="1" parent="1" source="r8" target="b8a"><mxGeometry relative="1" as="geometry" /></mxCell>
+         <mxCell id="p14" style="edgeStyle=orthogonalEdgeStyle;html=1" edge="1" parent="1" source="r8" target="r9"><mxGeometry relative="1" as="geometry" /></mxCell>
+         <mxCell id="p15" style="edgeStyle=orthogonalEdgeStyle;html=1" edge="1" parent="1" source="r9" target="r10"><mxGeometry relative="1" as="geometry" /></mxCell>
+         <mxCell id="p16" style="edgeStyle=orthogonalEdgeStyle;html=1" edge="1" parent="1" source="r10" target="r11"><mxGeometry relative="1" as="geometry" /></mxCell>
+         <mxCell id="p17" style="edgeStyle=orthogonalEdgeStyle;html=1" edge="1" parent="1" source="r11" target="r12"><mxGeometry relative="1" as="geometry" /></mxCell>
+         <mxCell id="p18" style="edgeStyle=orthogonalEdgeStyle;html=1" edge="1" parent="1" source="r12" target="b12a"><mxGeometry relative="1" as="geometry" /></mxCell>
+         <mxCell id="p19" style="edgeStyle=orthogonalEdgeStyle;html=1" edge="1" parent="1" source="r12" target="b12c"><mxGeometry relative="1" as="geometry" /></mxCell>
+         <mxCell id="p20" style="edgeStyle=orthogonalEdgeStyle;html=1" edge="1" parent="1" source="r12" target="r13"><mxGeometry relative="1" as="geometry" /></mxCell>
+         <mxCell id="p21" style="edgeStyle=orthogonalEdgeStyle;html=1" edge="1" parent="1" source="r13" target="final"><mxGeometry relative="1" as="geometry" /></mxCell>
+         <mxCell id="p22" style="edgeStyle=orthogonalEdgeStyle;html=1" edge="1" parent="1" source="final" target="dq1"><mxGeometry relative="1" as="geometry" /></mxCell>
+         <mxCell id="p23" style="edgeStyle=orthogonalEdgeStyle;html=1" edge="1" parent="1" source="dq1" target="dq2"><mxGeometry relative="1" as="geometry" /></mxCell>
+         <mxCell id="p24" style="edgeStyle=orthogonalEdgeStyle;html=1" edge="1" parent="1" source="dq2" target="dq3"><mxGeometry relative="1" as="geometry" /></mxCell>
+         <mxCell id="p25" style="edgeStyle=orthogonalEdgeStyle;html=1" edge="1" parent="1" source="dq3" target="dok"><mxGeometry relative="1" as="geometry" /></mxCell>
+         <mxCell id="p26" style="edgeStyle=orthogonalEdgeStyle;html=1" edge="1" parent="1" source="dok" target="choice"><mxGeometry relative="1" as="geometry" /></mxCell>
+         <mxCell id="p27" style="edgeStyle=orthogonalEdgeStyle;html=1" edge="1" parent="1" source="choice" target="c1"><mxGeometry relative="1" as="geometry" /></mxCell>
+         <mxCell id="p28" style="edgeStyle=orthogonalEdgeStyle;html=1" edge="1" parent="1" source="choice" target="c2"><mxGeometry relative="1" as="geometry" /></mxCell>
+         <mxCell id="p29" style="edgeStyle=orthogonalEdgeStyle;html=1" edge="1" parent="1" source="choice" target="c3"><mxGeometry relative="1" as="geometry" /></mxCell>
        <mxCell id="x1" value="推理正解+実効70+" style="edgeStyle=orthogonalEdgeStyle;html=1" edge="1" parent="1" source="c1" target="eAp"><mxGeometry relative="1" as="geometry" /></mxCell>
        <mxCell id="x2" value="実効70+" style="edgeStyle=orthogonalEdgeStyle;html=1" edge="1" parent="1" source="c1" target="eA"><mxGeometry relative="1" as="geometry" /></mxCell>
        <mxCell id="x3" value="実効70未満" style="edgeStyle=orthogonalEdgeStyle;html=1" edge="1" parent="1" source="c1" target="eAd"><mxGeometry relative="1" as="geometry" /></mxCell>
        <mxCell id="x4" value="実効40未満" style="edgeStyle=orthogonalEdgeStyle;html=1" edge="1" parent="1" source="c2" target="eB"><mxGeometry relative="1" as="geometry" /></mxCell>
        <mxCell id="x5" value="実効40+" style="edgeStyle=orthogonalEdgeStyle;html=1" edge="1" parent="1" source="c2" target="eBd"><mxGeometry relative="1" as="geometry" /></mxCell>
-         <mxCell id="x6" value="遺留品あり" style="edgeStyle=orthogonalEdgeStyle;html=1" edge="1" parent="1" source="c3" target="eC"><mxGeometry relative="1" as="geometry" /></mxCell>
-         <mxCell id="x7" value="遺留品なし" style="edgeStyle=orthogonalEdgeStyle;html=1" edge="1" parent="1" source="c3" target="eCd"><mxGeometry relative="1" as="geometry" /></mxCell>
+         <mxCell id="x6" value="筒あり" style="edgeStyle=orthogonalEdgeStyle;html=1" edge="1" parent="1" source="c3" target="eC"><mxGeometry relative="1" as="geometry" /></mxCell>
+         <mxCell id="x7" value="筒なし" style="edgeStyle=orthogonalEdgeStyle;html=1" edge="1" parent="1" source="c3" target="eCd"><mxGeometry relative="1" as="geometry" /></mxCell>

-         <mxCell id="loop" value="ループ：1号室へ" style="edgeStyle=orthogonalEdgeStyle;html=1;dashed=1;strokeColor=#b85450;exitX=0;exitY=0.5;entryX=1;entryY=0.5" edge="1" parent="1" source="eB" target="ch1"><mxGeometry relative="1" as="geometry" /></mxCell>
+         <mxCell id="cf1" style="edgeStyle=orthogonalEdgeStyle;html=1;dashed=1;strokeColor=#9673a6" edge="1" parent="1" source="b4h" target="confm"><mxGeometry relative="1" as="geometry" /></mxCell>
+         <mxCell id="cf2" style="edgeStyle=orthogonalEdgeStyle;html=1;dashed=1;strokeColor=#9673a6" edge="1" parent="1" source="b8d" target="confm"><mxGeometry relative="1" as="geometry" /></mxCell>
+         <mxCell id="cf3" style="edgeStyle=orthogonalEdgeStyle;html=1;dashed=1;strokeColor=#9673a6" edge="1" parent="1" source="b12a" target="confm"><mxGeometry relative="1" as="geometry" /></mxCell>
+         <mxCell id="cf4" style="edgeStyle=orthogonalEdgeStyle;html=1;dashed=1;strokeColor=#9673a6" edge="1" parent="1" source="confm" target="effsc"><mxGeometry relative="1" as="geometry" /></mxCell>
+         <mxCell id="cf5" style="edgeStyle=orthogonalEdgeStyle;html=1;dashed=1;strokeColor=#9673a6" edge="1" parent="1" source="memsc" target="effsc"><mxGeometry relative="1" as="geometry" /></mxCell>
+         <mxCell id="cf6" value="判定に使用" style="edgeStyle=orthogonalEdgeStyle;html=1;dashed=1;strokeColor=#9673a6" edge="1" parent="1" source="effsc" target="choice"><mxGeometry relative="1" as="geometry" /></mxCell>
+         <mxCell id="loop" value="ループ：R1へ" style="edgeStyle=orthogonalEdgeStyle;html=1;dashed=1;strokeColor=#b85450" edge="1" parent="1" source="eB" target="r1"><mxGeometry relative="1" as="geometry" /></mxCell>
        <mxCell id="evedge" style="edgeStyle=orthogonalEdgeStyle;html=1;dashed=1;strokeColor=#d79b00" edge="1" parent="1" source="note_ev" target="c3"><mxGeometry relative="1" as="geometry" /></mxCell>
      </root>
    </mxGraphModel>
  </diagram>
</mxfile>
